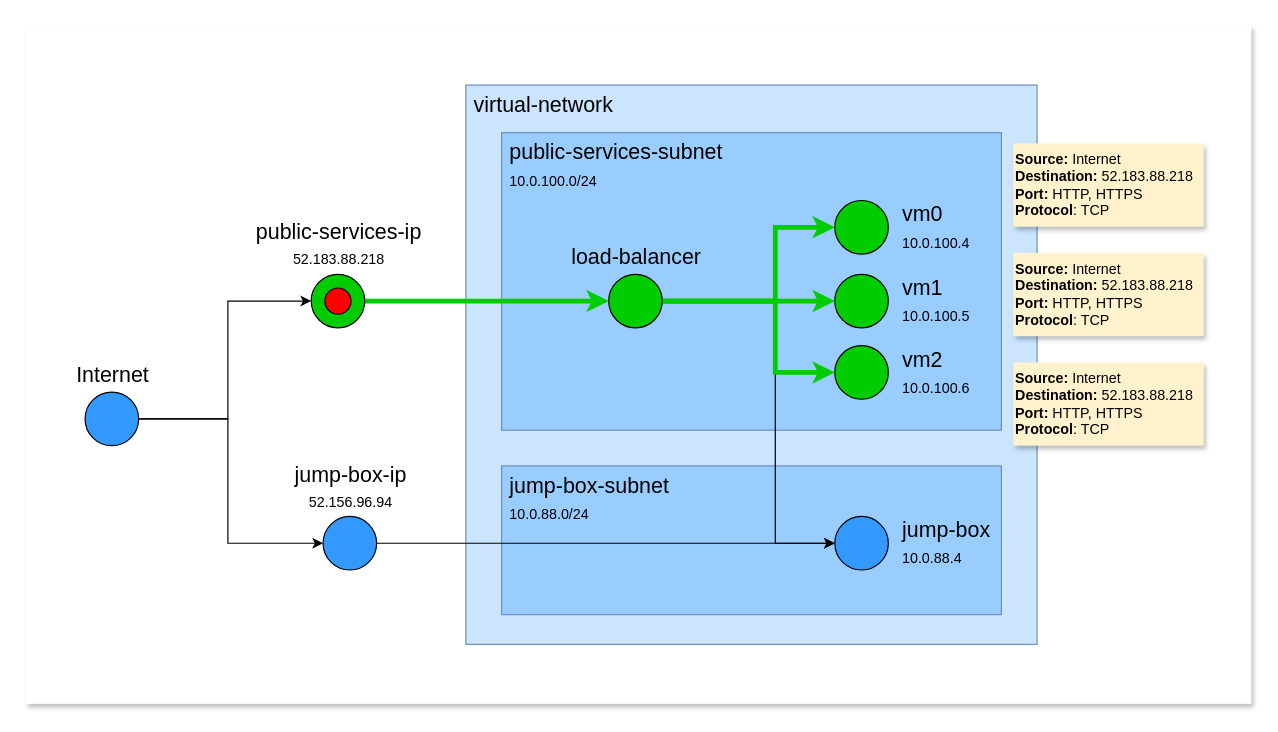
Before: page "00.demo.3" (4 of 6) of documentation/src/00.demo.drawio in MikeHopcroft/labyrinth, a draw.io diagram. Source tidied: cells renumbered, new cells numbered last; positions are measured from the earlier drawing's top-left corner, leaving out a move shared by most shapes. Both pictures are drawn from the tidied source at 119%, with x=0, y=0 at pixel (25, 25).
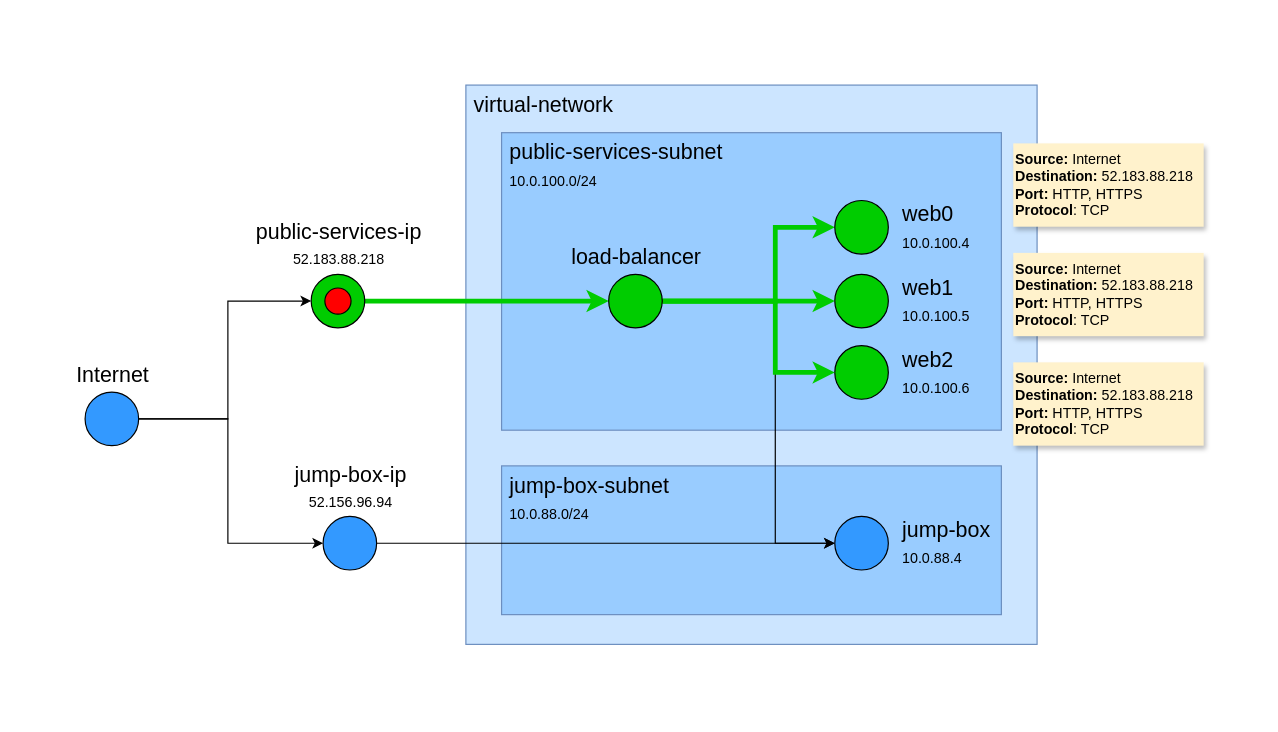
The same diagram, later.

Diff of the diagram source:
```diff
@@
-    <mxCell id="2" style="rounded=0;whiteSpace=wrap;html=1;shadow=1;strokeWidth=1;fontSize=18;fontColor=#FF0000;align=left;fillColor=#FFFFFF;strokeColor=none;" parent="1" vertex="1">
+    <mxCell id="2" style="rounded=0;whiteSpace=wrap;html=1;shadow=0;strokeWidth=1;fontSize=18;fontColor=#FF0000;align=left;fillColor=#FFFFFF;strokeColor=none;" parent="1" vertex="1">
       <mxGeometry width="1030" height="570" as="geometry" />
     </mxCell>
@@
-    <mxCell id="7" value="&lt;font color=&quot;#000000&quot; style=&quot;line-height: 100%&quot;&gt;vm0&lt;br&gt;&lt;font style=&quot;font-size: 12px&quot;&gt;10.0.100.4&lt;/font&gt;&lt;br&gt;&lt;/font&gt;" style="ellipse;html=1;strokeWidth=1;fontSize=18;fontColor=#FF0000;align=left;verticalAlign=middle;labelPosition=right;verticalLabelPosition=middle;spacingLeft=10;fillColor=#00CC00;" parent="1" vertex="1">
+    <mxCell id="7" value="&lt;font color=&quot;#000000&quot; style=&quot;line-height: 100%&quot;&gt;web0&lt;br&gt;&lt;font style=&quot;font-size: 12px&quot;&gt;10.0.100.4&lt;/font&gt;&lt;br&gt;&lt;/font&gt;" style="ellipse;html=1;strokeWidth=1;fontSize=18;fontColor=#FF0000;align=left;verticalAlign=middle;labelPosition=right;verticalLabelPosition=middle;spacingLeft=10;fillColor=#00CC00;" parent="1" vertex="1">
       <mxGeometry x="680" y="147" width="45" height="45" as="geometry" />
     </mxCell>
-    <mxCell id="8" value="&lt;font color=&quot;#000000&quot; style=&quot;line-height: 100%&quot;&gt;vm1&lt;br&gt;&lt;font style=&quot;font-size: 12px&quot;&gt;10.0.100.5&lt;/font&gt;&lt;br&gt;&lt;/font&gt;" style="ellipse;html=1;strokeWidth=1;fontSize=18;fontColor=#FF0000;align=left;verticalAlign=middle;labelPosition=right;verticalLabelPosition=middle;spacingLeft=10;fillColor=#00CC00;" parent="1" vertex="1">
+    <mxCell id="8" value="&lt;font color=&quot;#000000&quot; style=&quot;line-height: 100%&quot;&gt;web1&lt;br&gt;&lt;font style=&quot;font-size: 12px&quot;&gt;10.0.100.5&lt;/font&gt;&lt;br&gt;&lt;/font&gt;" style="ellipse;html=1;strokeWidth=1;fontSize=18;fontColor=#FF0000;align=left;verticalAlign=middle;labelPosition=right;verticalLabelPosition=middle;spacingLeft=10;fillColor=#00CC00;" parent="1" vertex="1">
       <mxGeometry x="680" y="209" width="45" height="45" as="geometry" />
     </mxCell>
-    <mxCell id="9" value="&lt;font color=&quot;#000000&quot; style=&quot;line-height: 100%&quot;&gt;vm2&lt;br&gt;&lt;font style=&quot;font-size: 12px&quot;&gt;10.0.100.6&lt;/font&gt;&lt;br&gt;&lt;/font&gt;" style="ellipse;html=1;strokeWidth=1;fontSize=18;fontColor=#FF0000;align=left;verticalAlign=middle;labelPosition=right;verticalLabelPosition=middle;spacingLeft=10;fillColor=#00CC00;" parent="1" vertex="1">
+    <mxCell id="9" value="&lt;font color=&quot;#000000&quot; style=&quot;line-height: 100%&quot;&gt;web2&lt;br&gt;&lt;font style=&quot;font-size: 12px&quot;&gt;10.0.100.6&lt;/font&gt;&lt;br&gt;&lt;/font&gt;" style="ellipse;html=1;strokeWidth=1;fontSize=18;fontColor=#FF0000;align=left;verticalAlign=middle;labelPosition=right;verticalLabelPosition=middle;spacingLeft=10;fillColor=#00CC00;" parent="1" vertex="1">
       <mxGeometry x="680" y="269" width="45" height="45" as="geometry" />
     </mxCell>
```
